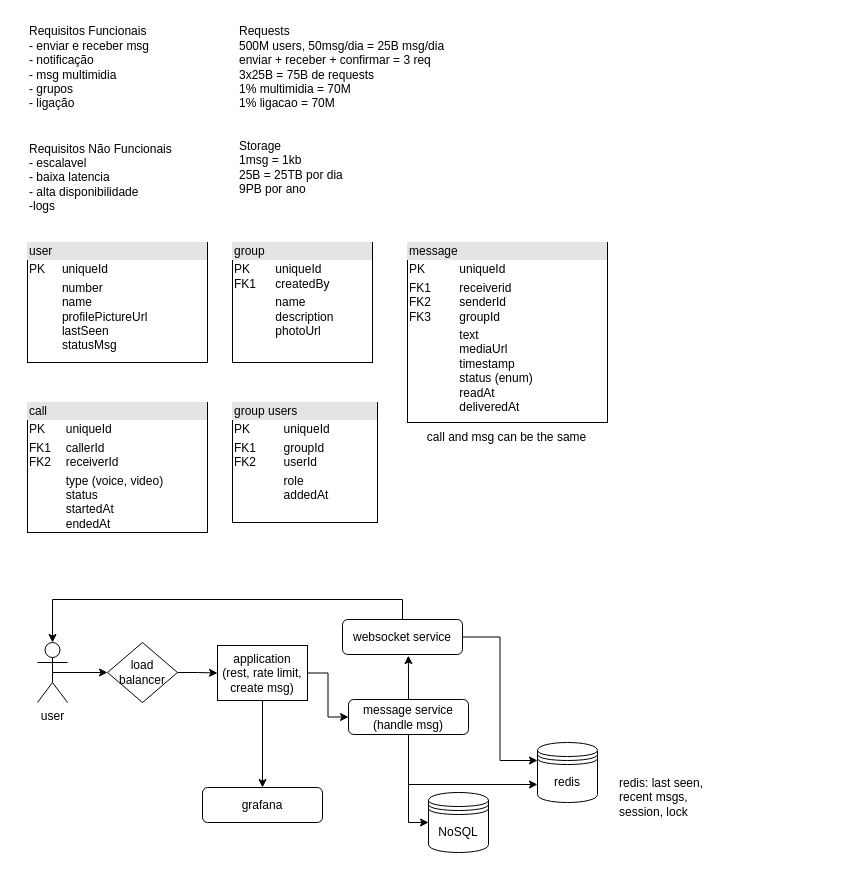
The draw.io diagram system-designs/whatsapp.drawio in barbs-pm/lld, before the edit. Source tidied: cells renumbered, new cells numbered last; positions are measured from the earlier drawing's top-left corner, leaving out a move shared by most shapes. Both pictures are drawn from the tidied source at 100%, with x=0, y=0 at pixel (27, 17).
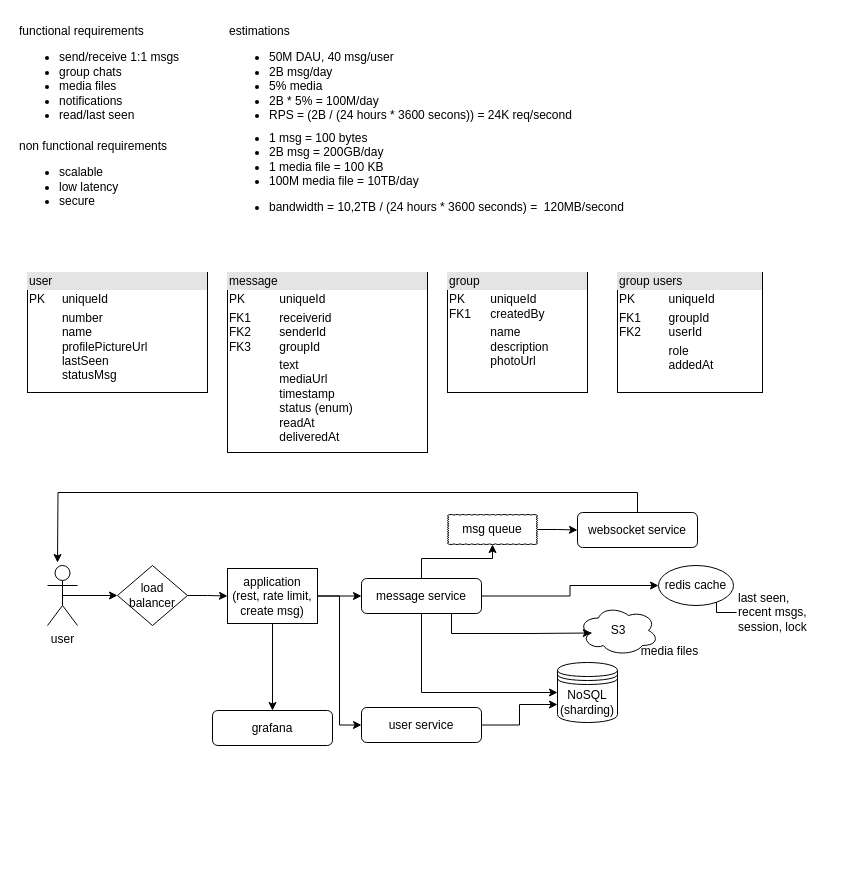
After the change.

Commit message:
:sparkles: update whatsapp

Change to the diagram source:
```diff
@@
-    <mxCell id="2" value="Requisitos Funcionais&lt;div&gt;- enviar e receber msg&lt;/div&gt;&lt;div&gt;- notificação&amp;nbsp;&lt;/div&gt;&lt;div&gt;- msg multimidia&lt;/div&gt;&lt;div style=&quot;&quot;&gt;- grupos&lt;/div&gt;&lt;div style=&quot;&quot;&gt;- ligação&lt;/div&gt;" style="text;html=1;align=left;verticalAlign=middle;strokeColor=none;fillColor=none;" parent="1" vertex="1">
-      <mxGeometry width="140" height="100" as="geometry" />
-    </mxCell>
-    <mxCell id="3" value="Requisitos Não Funcionais&lt;div&gt;- escalavel&lt;/div&gt;&lt;div&gt;- baixa latencia&lt;/div&gt;&lt;div&gt;- alta disponibilidade&lt;/div&gt;&lt;div&gt;-logs&lt;/div&gt;" style="text;html=1;align=left;verticalAlign=middle;strokeColor=none;fillColor=none;" parent="1" vertex="1">
-      <mxGeometry y="115" width="170" height="90" as="geometry" />
-    </mxCell>
-    <mxCell id="4" value="Requests&lt;div&gt;500M users, 50msg/dia = 25B msg/dia&lt;/div&gt;&lt;div&gt;enviar + receber + confirmar = 3 req&lt;/div&gt;&lt;div&gt;3x25B = 75B de requests&lt;/div&gt;&lt;div&gt;1% multimidia = 70M&lt;/div&gt;&lt;div&gt;1% ligacao = 70M&lt;/div&gt;" style="text;html=1;align=left;verticalAlign=middle;strokeColor=none;fillColor=none;" parent="1" vertex="1">
-      <mxGeometry x="210" width="230" height="100" as="geometry" />
-    </mxCell>
-    <mxCell id="5" value="Storage&lt;div&gt;1msg = 1kb&lt;/div&gt;&lt;div&gt;25B = 25TB por dia&lt;/div&gt;&lt;div&gt;9PB por ano&lt;/div&gt;" style="text;html=1;align=left;verticalAlign=middle;strokeColor=none;fillColor=none;" parent="1" vertex="1">
-      <mxGeometry x="210" y="115" width="130" height="70" as="geometry" />
-    </mxCell>
     <mxCell id="6" value="&lt;div style=&quot;box-sizing:border-box;width:100%;background:#e4e4e4;padding:2px;&quot;&gt;user&lt;/div&gt;&lt;table style=&quot;width:100%;font-size:1em;&quot; cellpadding=&quot;2&quot; cellspacing=&quot;0&quot;&gt;&lt;tbody&gt;&lt;tr&gt;&lt;td&gt;PK&lt;/td&gt;&lt;td&gt;uniqueId&lt;/td&gt;&lt;/tr&gt;&lt;tr&gt;&lt;td&gt;&lt;br&gt;&lt;/td&gt;&lt;td&gt;number&lt;br&gt;name&lt;br&gt;profilePictureUrl&lt;br&gt;lastSeen&lt;br&gt;statusMsg&lt;/td&gt;&lt;/tr&gt;&lt;tr&gt;&lt;td&gt;&lt;/td&gt;&lt;td&gt;&lt;br&gt;&lt;/td&gt;&lt;/tr&gt;&lt;/tbody&gt;&lt;/table&gt;" style="verticalAlign=top;align=left;overflow=fill;html=1;whiteSpace=wrap;" parent="1" vertex="1">
-      <mxGeometry y="225" width="180" height="120" as="geometry" />
+      <mxGeometry y="255" width="180" height="120" as="geometry" />
     </mxCell>
     <mxCell id="7" value="&lt;div style=&quot;box-sizing:border-box;width:100%;background:#e4e4e4;padding:2px;&quot;&gt;message&lt;/div&gt;&lt;table style=&quot;width:100%;font-size:1em;&quot; cellpadding=&quot;2&quot; cellspacing=&quot;0&quot;&gt;&lt;tbody&gt;&lt;tr&gt;&lt;td&gt;PK&lt;/td&gt;&lt;td&gt;uniqueId&lt;/td&gt;&lt;/tr&gt;&lt;tr&gt;&lt;td&gt;FK1&lt;br&gt;FK2&lt;br&gt;FK3&lt;/td&gt;&lt;td&gt;receiverid&lt;br&gt;senderId&lt;br&gt;groupId&lt;/td&gt;&lt;/tr&gt;&lt;tr&gt;&lt;td&gt;&lt;/td&gt;&lt;td&gt;text&lt;br&gt;mediaUrl&lt;br&gt;timestamp&lt;br&gt;status (enum)&lt;br&gt;readAt&lt;br&gt;deliveredAt&lt;/td&gt;&lt;/tr&gt;&lt;/tbody&gt;&lt;/table&gt;" style="verticalAlign=top;align=left;overflow=fill;html=1;whiteSpace=wrap;" parent="1" vertex="1">
-      <mxGeometry x="380" y="225" width="200" height="180" as="geometry" />
+      <mxGeometry x="200" y="255" width="200" height="180" as="geometry" />
     </mxCell>
     <mxCell id="8" value="&lt;div style=&quot;box-sizing:border-box;width:100%;background:#e4e4e4;padding:2px;&quot;&gt;group&lt;/div&gt;&lt;table style=&quot;width:100%;font-size:1em;&quot; cellpadding=&quot;2&quot; cellspacing=&quot;0&quot;&gt;&lt;tbody&gt;&lt;tr&gt;&lt;td&gt;PK&lt;br&gt;FK1&lt;/td&gt;&lt;td&gt;uniqueId&lt;br&gt;createdBy&lt;/td&gt;&lt;/tr&gt;&lt;tr&gt;&lt;td&gt;&lt;br&gt;&lt;/td&gt;&lt;td&gt;name&lt;br&gt;description&lt;br&gt;photoUrl&lt;/td&gt;&lt;/tr&gt;&lt;tr&gt;&lt;td&gt;&lt;/td&gt;&lt;td&gt;&lt;br&gt;&lt;/td&gt;&lt;/tr&gt;&lt;/tbody&gt;&lt;/table&gt;" style="verticalAlign=top;align=left;overflow=fill;html=1;whiteSpace=wrap;" parent="1" vertex="1">
-      <mxGeometry x="205" y="225" width="140" height="120" as="geometry" />
+      <mxGeometry x="420" y="255" width="140" height="120" as="geometry" />
     </mxCell>
     <mxCell id="9" value="&lt;div style=&quot;box-sizing:border-box;width:100%;background:#e4e4e4;padding:2px;&quot;&gt;group users&lt;/div&gt;&lt;table style=&quot;width:100%;font-size:1em;&quot; cellpadding=&quot;2&quot; cellspacing=&quot;0&quot;&gt;&lt;tbody&gt;&lt;tr&gt;&lt;td&gt;PK&lt;/td&gt;&lt;td&gt;uniqueId&lt;/td&gt;&lt;/tr&gt;&lt;tr&gt;&lt;td&gt;FK1&lt;br&gt;FK2&lt;/td&gt;&lt;td&gt;groupId&lt;br&gt;userId&lt;/td&gt;&lt;/tr&gt;&lt;tr&gt;&lt;td&gt;&lt;/td&gt;&lt;td&gt;role&lt;br&gt;addedAt&lt;/td&gt;&lt;/tr&gt;&lt;/tbody&gt;&lt;/table&gt;" style="verticalAlign=top;align=left;overflow=fill;html=1;whiteSpace=wrap;" parent="1" vertex="1">
-      <mxGeometry x="205" y="385" width="145" height="120" as="geometry" />
+      <mxGeometry x="590" y="255" width="145" height="120" as="geometry" />
     </mxCell>
-    <mxCell id="10" value="&lt;div style=&quot;box-sizing:border-box;width:100%;background:#e4e4e4;padding:2px;&quot;&gt;call&lt;/div&gt;&lt;table style=&quot;width:100%;font-size:1em;&quot; cellpadding=&quot;2&quot; cellspacing=&quot;0&quot;&gt;&lt;tbody&gt;&lt;tr&gt;&lt;td&gt;PK&lt;/td&gt;&lt;td&gt;uniqueId&lt;/td&gt;&lt;/tr&gt;&lt;tr&gt;&lt;td&gt;FK1&lt;br&gt;FK2&lt;/td&gt;&lt;td&gt;callerId&lt;br&gt;receiverId&lt;/td&gt;&lt;/tr&gt;&lt;tr&gt;&lt;td&gt;&lt;/td&gt;&lt;td&gt;type (voice, video)&lt;br&gt;status&lt;br&gt;startedAt&lt;br&gt;endedAt&lt;/td&gt;&lt;/tr&gt;&lt;/tbody&gt;&lt;/table&gt;" style="verticalAlign=top;align=left;overflow=fill;html=1;whiteSpace=wrap;" parent="1" vertex="1">
-      <mxGeometry y="385" width="180" height="130" as="geometry" />
-    </mxCell>
@@
     <mxCell id="12" value="user" style="shape=umlActor;verticalLabelPosition=bottom;verticalAlign=top;html=1;" parent="1" vertex="1">
-      <mxGeometry x="10" y="625" width="30" height="60" as="geometry" />
+      <mxGeometry x="20" y="548" width="30" height="60" as="geometry" />
     </mxCell>
@@
     <mxCell id="14" value="load&lt;div&gt;balancer&lt;/div&gt;" style="rhombus;whiteSpace=wrap;html=1;" parent="1" vertex="1">
-      <mxGeometry x="80" y="625" width="70" height="60" as="geometry" />
+      <mxGeometry x="90" y="548" width="70" height="60" as="geometry" />
     </mxCell>
+    <mxCell id="16" style="edgeStyle=orthogonalEdgeStyle;rounded=0;jettySize=auto;html=1;" parent="1" edge="1" source="17" target="25">
+      <mxGeometry relative="1" as="geometry" />
+    </mxCell>
-    <mxCell id="15" style="edgeStyle=orthogonalEdgeStyle;rounded=0;jettySize=auto;html=1;exitX=1;exitY=0.5;exitDx=0;exitDy=0;entryX=0;entryY=0.5;entryDx=0;entryDy=0;" parent="1" edge="1" source="17" target="22">
+    <mxCell id="15" style="edgeStyle=orthogonalEdgeStyle;rounded=0;jettySize=auto;html=1;" parent="1" edge="1" source="17" target="22">
       <mxGeometry relative="1" as="geometry" />
     </mxCell>
-    <mxCell id="16" style="edgeStyle=orthogonalEdgeStyle;rounded=0;jettySize=auto;html=1;" parent="1" edge="1" source="17" target="25">
-      <mxGeometry relative="1" as="geometry" />
-    </mxCell>
+    <mxCell id="30" style="edgeStyle=orthogonalEdgeStyle;rounded=0;jettySize=auto;html=1;exitX=1;exitY=0.5;exitDx=0;exitDy=0;entryX=0;entryY=0.5;entryDx=0;entryDy=0;" parent="1" edge="1" source="17" target="41">
+      <mxGeometry relative="1" as="geometry" />
+    </mxCell>
     <mxCell id="17" value="application (rest, rate limit, create msg)" style="rounded=0;whiteSpace=wrap;html=1;" parent="1" vertex="1">
-      <mxGeometry x="190" y="628" width="90" height="55" as="geometry" />
+      <mxGeometry x="200" y="551" width="90" height="55" as="geometry" />
     </mxCell>
-    <mxCell id="18" style="edgeStyle=orthogonalEdgeStyle;rounded=0;jettySize=auto;html=1;exitX=1;exitY=0.5;exitDx=0;exitDy=0;entryX=0;entryY=0.3;entryDx=0;entryDy=0;" parent="1" edge="1" source="19" target="26">
-      <mxGeometry relative="1" as="geometry" />
-    </mxCell>
+    <mxCell id="31" style="edgeStyle=orthogonalEdgeStyle;rounded=0;jettySize=auto;html=1;exitX=0.5;exitY=0;exitDx=0;exitDy=0;" parent="1" edge="1" source="19">
+      <mxGeometry relative="1" as="geometry">
+        <mxPoint x="30" y="545" as="targetPoint" />
+      </mxGeometry>
+    </mxCell>
     <mxCell id="19" value="websocket service" style="rounded=1;whiteSpace=wrap;html=1;" parent="1" vertex="1">
-      <mxGeometry x="315" y="602" width="120" height="35" as="geometry" />
+      <mxGeometry x="550" y="495" width="120" height="35" as="geometry" />
     </mxCell>
+    <mxCell id="32" style="edgeStyle=orthogonalEdgeStyle;rounded=0;jettySize=auto;html=1;" parent="1" edge="1" source="22" target="43">
+      <mxGeometry relative="1" as="geometry" />
+    </mxCell>
+    <mxCell id="33" style="edgeStyle=orthogonalEdgeStyle;rounded=0;jettySize=auto;html=1;exitX=1;exitY=0.5;exitDx=0;exitDy=0;entryX=0;entryY=0.5;entryDx=0;entryDy=0;" parent="1" edge="1" source="22" target="44">
+      <mxGeometry relative="1" as="geometry" />
+    </mxCell>
-    <mxCell id="20" style="edgeStyle=orthogonalEdgeStyle;rounded=0;jettySize=auto;html=1;entryX=0;entryY=0.5;entryDx=0;entryDy=0;" parent="1" edge="1" source="22" target="24">
+    <mxCell id="20" style="edgeStyle=orthogonalEdgeStyle;rounded=0;jettySize=auto;html=1;exitX=0.5;exitY=1;exitDx=0;exitDy=0;entryX=0;entryY=0.5;entryDx=0;entryDy=0;" parent="1" edge="1" source="22" target="24">
       <mxGeometry relative="1" as="geometry" />
     </mxCell>
-    <mxCell id="21" style="edgeStyle=orthogonalEdgeStyle;rounded=0;jettySize=auto;html=1;exitX=0.5;exitY=1;exitDx=0;exitDy=0;entryX=0;entryY=0.7;entryDx=0;entryDy=0;" parent="1" edge="1" source="22" target="26">
-      <mxGeometry relative="1" as="geometry" />
-    </mxCell>
-    <mxCell id="22" value="message service (handle msg)" style="rounded=1;whiteSpace=wrap;html=1;" parent="1" vertex="1">
-      <mxGeometry x="321" y="682" width="120" height="35" as="geometry" />
+    <mxCell id="22" value="message service" style="rounded=1;whiteSpace=wrap;html=1;" parent="1" vertex="1">
+      <mxGeometry x="334" y="561" width="120" height="35" as="geometry" />
     </mxCell>
-    <mxCell id="23" style="edgeStyle=orthogonalEdgeStyle;rounded=0;jettySize=auto;html=1;exitX=0.5;exitY=0;exitDx=0;exitDy=0;entryX=0.5;entryY=0;entryDx=0;entryDy=0;entryPerimeter=0;" parent="1" edge="1" source="19" target="12">
-      <mxGeometry relative="1" as="geometry" />
-    </mxCell>
-    <mxCell id="24" value="NoSQL" style="shape=datastore;whiteSpace=wrap;html=1;" parent="1" vertex="1">
-      <mxGeometry x="401" y="775" width="60" height="60" as="geometry" />
+    <mxCell id="24" value="NoSQL&lt;br&gt;(sharding)" style="shape=datastore;whiteSpace=wrap;html=1;" parent="1" vertex="1">
+      <mxGeometry x="530" y="645" width="60" height="60" as="geometry" />
     </mxCell>
     <mxCell id="25" value="grafana" style="rounded=1;whiteSpace=wrap;html=1;" parent="1" vertex="1">
-      <mxGeometry x="175" y="770" width="120" height="35" as="geometry" />
+      <mxGeometry x="185" y="693" width="120" height="35" as="geometry" />
     </mxCell>
-    <mxCell id="26" value="redis" style="shape=datastore;whiteSpace=wrap;html=1;" parent="1" vertex="1">
-      <mxGeometry x="510" y="725" width="60" height="60" as="geometry" />
-    </mxCell>
+    <mxCell id="34" style="edgeStyle=orthogonalEdgeStyle;rounded=0;jettySize=auto;html=1;entryX=1;entryY=0.5;entryDx=0;entryDy=0;" parent="1" edge="1" source="27" target="44">
+      <mxGeometry relative="1" as="geometry" />
+    </mxCell>
-    <mxCell id="27" value="redis: last seen,&lt;div&gt;recent msgs,&lt;/div&gt;&lt;div&gt;session,&amp;nbsp;&lt;span style=&quot;background-color: initial;&quot;&gt;lock&lt;/span&gt;&lt;/div&gt;" style="text;html=1;align=left;verticalAlign=middle;points=[];strokeColor=none;fillColor=none;" parent="1" vertex="1">
-      <mxGeometry x="590" y="750" width="110" height="60" as="geometry" />
+    <mxCell id="27" value="last seen,&lt;div&gt;recent msgs,&lt;/div&gt;&lt;div&gt;session,&amp;nbsp;&lt;span style=&quot;background-color: initial;&quot;&gt;lock&lt;/span&gt;&lt;/div&gt;" style="text;html=1;align=left;verticalAlign=middle;points=[];strokeColor=none;fillColor=none;" parent="1" vertex="1">
+      <mxGeometry x="709" y="565" width="90" height="60" as="geometry" />
     </mxCell>
-    <mxCell id="28" value="call and msg can be the same" style="text;html=1;align=center;verticalAlign=middle;strokeColor=none;fillColor=none;" parent="1" vertex="1">
-      <mxGeometry x="389" y="405" width="180" height="30" as="geometry" />
-    </mxCell>
-    <mxCell id="29" style="edgeStyle=orthogonalEdgeStyle;rounded=0;jettySize=auto;html=1;exitX=0.5;exitY=0;exitDx=0;exitDy=0;entryX=0.549;entryY=1.032;entryDx=0;entryDy=0;entryPerimeter=0;" parent="1" edge="1" source="22" target="19">
-      <mxGeometry relative="1" as="geometry" />
-    </mxCell>
+    <mxCell id="35" value="functional requirements&lt;div&gt;&lt;ul&gt;&lt;li&gt;send/receive 1:1 msgs&lt;/li&gt;&lt;li&gt;group chats&lt;/li&gt;&lt;li&gt;media files&lt;/li&gt;&lt;li&gt;notifications&lt;/li&gt;&lt;li&gt;read/last seen&amp;nbsp;&lt;/li&gt;&lt;/ul&gt;&lt;/div&gt;" style="text;html=1;align=left;verticalAlign=top;strokeColor=none;fillColor=none;" parent="1" vertex="1">
+      <mxGeometry x="-10" width="180" height="120" as="geometry" />
+    </mxCell>
+    <mxCell id="36" value="non functional requirements&lt;div&gt;&lt;ul&gt;&lt;li&gt;scalable&lt;/li&gt;&lt;li&gt;low latency&lt;/li&gt;&lt;li&gt;secure&lt;/li&gt;&lt;/ul&gt;&lt;/div&gt;" style="text;html=1;align=left;verticalAlign=top;strokeColor=none;fillColor=none;" parent="1" vertex="1">
+      <mxGeometry x="-10" y="115" width="170" height="100" as="geometry" />
+    </mxCell>
+    <mxCell id="37" value="estimations&lt;br&gt;&lt;div&gt;&lt;ul&gt;&lt;li&gt;50M DAU, 40 msg/user&lt;/li&gt;&lt;li&gt;2B msg/day&lt;/li&gt;&lt;li&gt;5% media&lt;/li&gt;&lt;li&gt;2B * 5% = 100M/day&lt;/li&gt;&lt;li&gt;RPS = (2B / (24 hours * 3600 secons)) = 24K req/second&lt;/li&gt;&lt;/ul&gt;&lt;/div&gt;" style="text;html=1;align=left;verticalAlign=top;strokeColor=none;fillColor=none;" parent="1" vertex="1">
+      <mxGeometry x="200" width="370" height="120" as="geometry" />
+    </mxCell>
+    <mxCell id="38" value="&lt;ul&gt;&lt;li&gt;1 msg = 100 bytes&lt;/li&gt;&lt;li&gt;2B msg = 200GB/day&lt;/li&gt;&lt;li&gt;1 media file = 100 KB&lt;/li&gt;&lt;li&gt;100M media file = 10TB/day&lt;/li&gt;&lt;/ul&gt;" style="text;html=1;align=left;verticalAlign=top;strokeColor=none;fillColor=none;" parent="1" vertex="1">
+      <mxGeometry x="200" y="95" width="210" height="100" as="geometry" />
+    </mxCell>
+    <mxCell id="39" value="&lt;ul&gt;&lt;li&gt;bandwidth = 10,2TB / (24 hours * 3600 seconds) =&amp;nbsp; 120MB/second&lt;/li&gt;&lt;/ul&gt;" style="text;html=1;align=left;verticalAlign=middle;strokeColor=none;fillColor=none;" parent="1" vertex="1">
+      <mxGeometry x="200" y="165" width="420" height="50" as="geometry" />
+    </mxCell>
+    <mxCell id="40" style="edgeStyle=orthogonalEdgeStyle;rounded=0;jettySize=auto;html=1;exitX=1;exitY=0.5;exitDx=0;exitDy=0;entryX=0;entryY=0.7;entryDx=0;entryDy=0;" parent="1" edge="1" source="41" target="24">
+      <mxGeometry relative="1" as="geometry" />
+    </mxCell>
+    <mxCell id="41" value="user service" style="rounded=1;whiteSpace=wrap;html=1;" parent="1" vertex="1">
+      <mxGeometry x="334" y="690" width="120" height="35" as="geometry" />
+    </mxCell>
+    <mxCell id="42" style="edgeStyle=orthogonalEdgeStyle;rounded=0;jettySize=auto;html=1;" parent="1" edge="1" source="43" target="19">
+      <mxGeometry relative="1" as="geometry" />
+    </mxCell>
+    <mxCell id="43" value="msg queue" style="whiteSpace=wrap;html=1;shape=mxgraph.basic.cloud_rect;" parent="1" vertex="1">
+      <mxGeometry x="420" y="497" width="90" height="30" as="geometry" />
+    </mxCell>
+    <mxCell id="44" value="redis cache" style="ellipse;whiteSpace=wrap;html=1;" parent="1" vertex="1">
+      <mxGeometry x="631" y="548" width="75" height="40" as="geometry" />
+    </mxCell>
+    <mxCell id="45" value="S3" style="ellipse;shape=cloud;whiteSpace=wrap;html=1;" parent="1" vertex="1">
+      <mxGeometry x="551" y="588" width="80" height="50" as="geometry" />
+    </mxCell>
+    <mxCell id="46" style="edgeStyle=orthogonalEdgeStyle;rounded=0;jettySize=auto;html=1;exitX=0.75;exitY=1;exitDx=0;exitDy=0;entryX=0.16;entryY=0.55;entryDx=0;entryDy=0;entryPerimeter=0;" parent="1" edge="1" source="22" target="45">
+      <mxGeometry relative="1" as="geometry" />
+    </mxCell>
+    <mxCell id="47" value="media files" style="text;html=1;align=center;verticalAlign=middle;strokeColor=none;fillColor=none;" parent="1" vertex="1">
+      <mxGeometry x="602" y="619" width="80" height="30" as="geometry" />
+    </mxCell>
```
